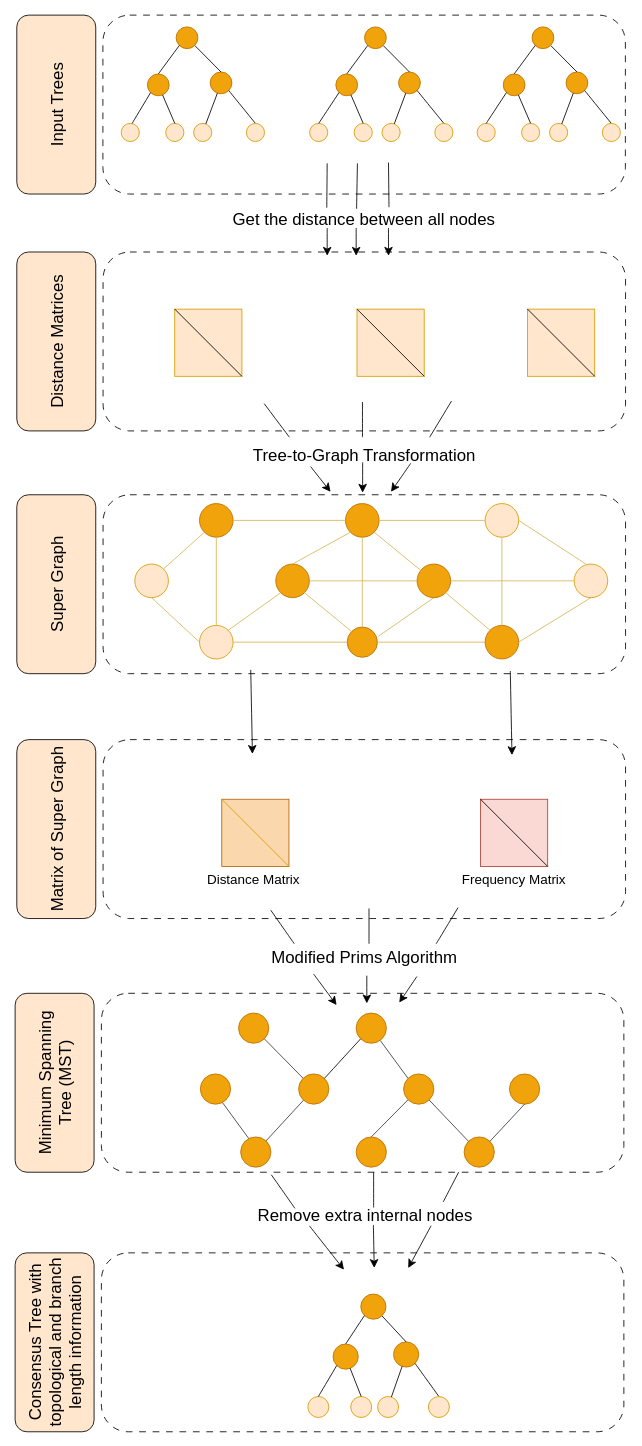
The draw.io diagram page "Copy of Page-1" (1 of 3) of img/fig_1_v3.drawio in tahiri-lab/PrismTree, before the edit. Source tidied: cells renumbered, new cells numbered last; positions are measured from the earlier drawing's top-left corner, leaving out a move shared by most shapes. Both pictures are drawn from the tidied source at 84%, with x=0, y=0 at pixel (-35, 14).
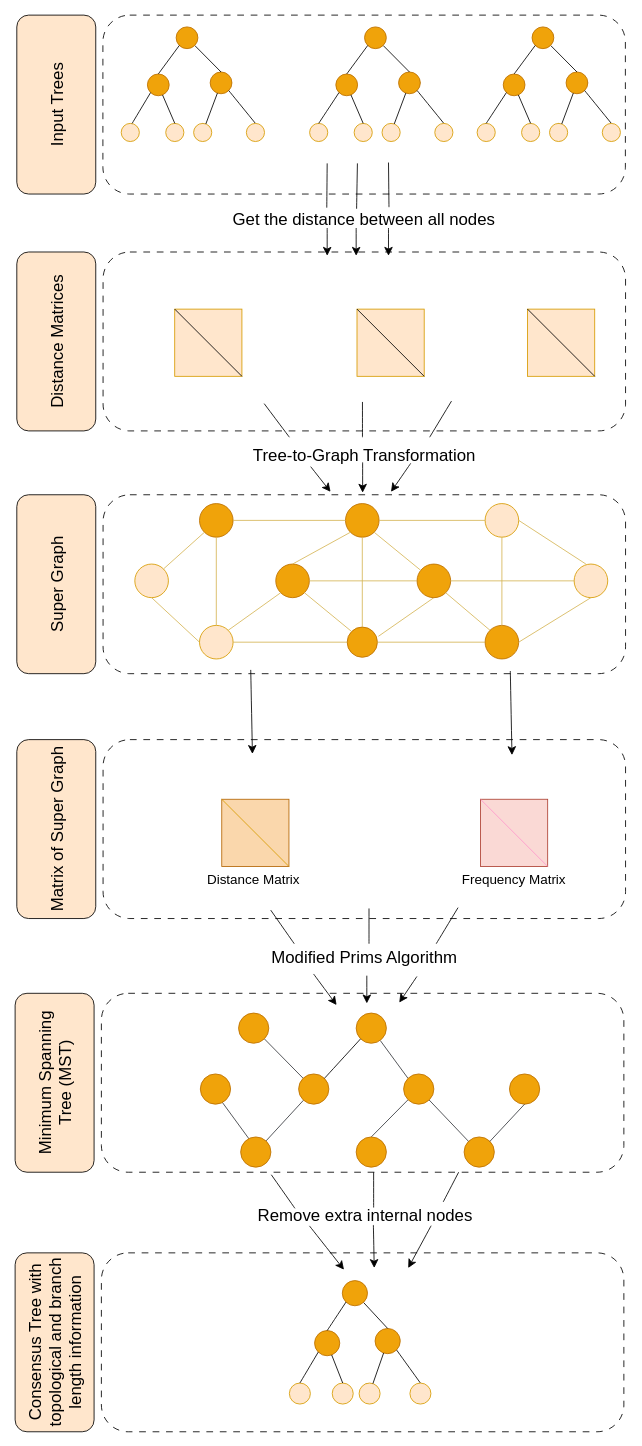
Above is the later version.

Unchanged cells that the change refers to:
```xml
<mxCell id="20" style="whiteSpace=wrap;html=1;fillColor=#fad9d5;strokeColor=#ae4132;" parent="1" vertex="1">
  <mxGeometry x="613.5" y="934" width="80" height="80" as="geometry" />
</mxCell>
```

Diff of the diagram source:
```diff
@@
-    <mxCell id="22" style="endArrow=none;html=1;rounded=0;entryX=0;entryY=0;entryDx=0;entryDy=0;exitX=1;exitY=1;exitDx=0;exitDy=0;" parent="1" edge="1" source="20" target="20">
+    <mxCell id="22" style="endArrow=none;html=1;rounded=0;entryX=0;entryY=0;entryDx=0;entryDy=0;exitX=1;exitY=1;exitDx=0;exitDy=0;strokeColor=#FF99CC;fillColor=#e1d5e7;" parent="1" edge="1" source="20" target="20">
       <mxGeometry relative="1" as="geometry" />
     </mxCell>
@@
     <mxCell id="129" style="group;" parent="1" vertex="1">
-      <mxGeometry x="408" y="1523" width="168.5" height="147" as="geometry" />
+      <mxGeometry x="386" y="1507" width="168.5" height="147" as="geometry" />
     </mxCell>
```
